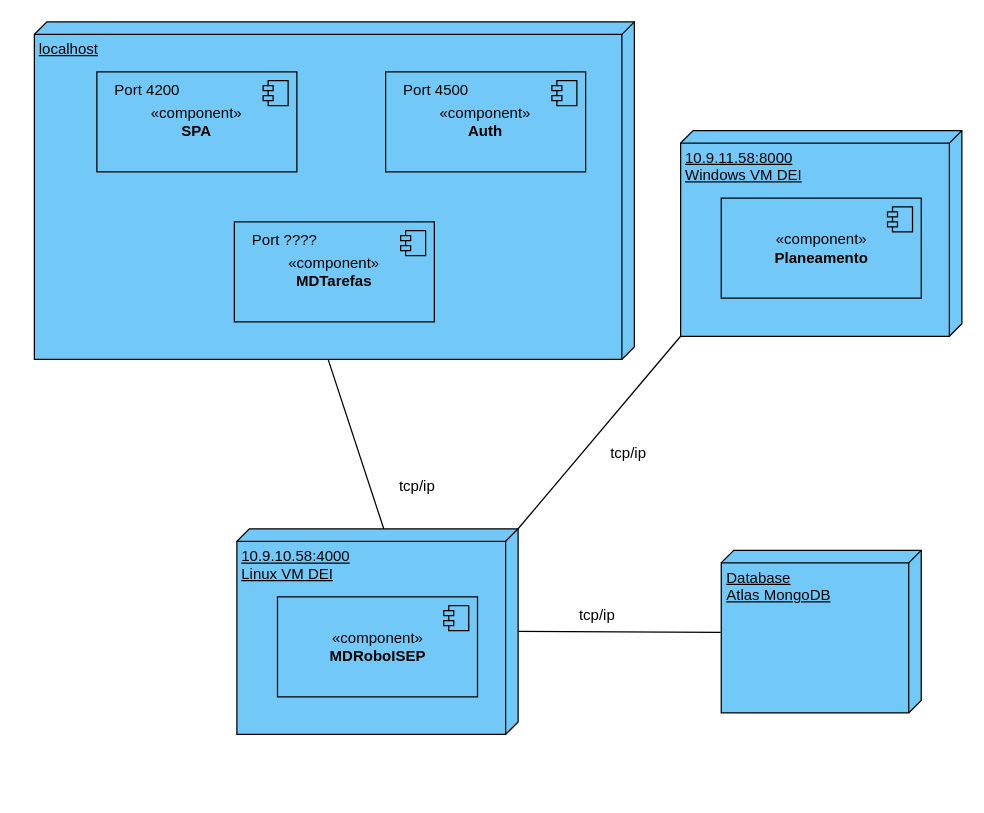
Earlier version of the draw.io diagram docs/Sprint_C/N2/VF.drawio (SEM5PI2324G58/sem5pi_g58_23_24). Source tidied: cells renumbered, new cells numbered last; positions are measured from the earlier drawing's top-left corner, leaving out a move shared by most shapes. Both pictures are drawn from the tidied source at 125%, with x=0, y=0 at pixel (34, 21).
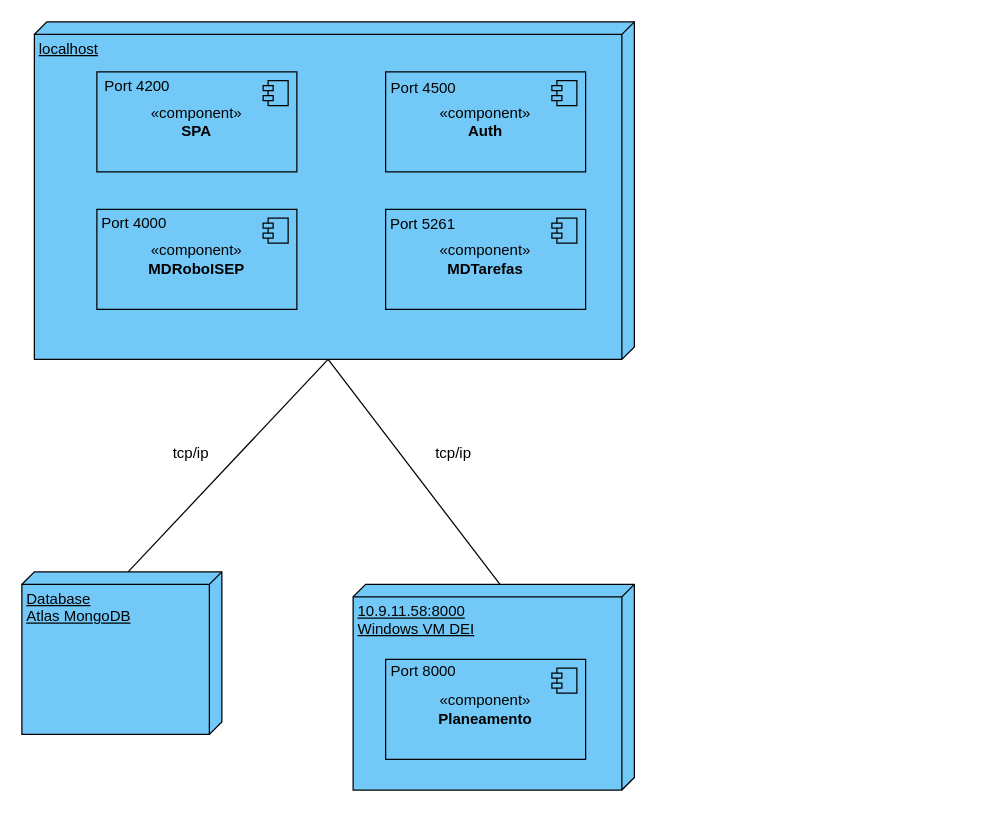
After the change.

Unchanged cells that the change refers to:
```xml
<mxCell id="15" value="localhost" style="verticalAlign=top;align=left;spacingTop=8;spacingLeft=2;spacingRight=12;shape=cube;size=10;direction=south;fontStyle=4;html=1;whiteSpace=wrap;fillColor=#72C9F7;" parent="1" vertex="1">
  <mxGeometry width="480" height="270" as="geometry" />
</mxCell>
```

Diff of the diagram source:
```diff
@@
     <mxCell id="2" value="Database&lt;br&gt;Atlas MongoDB" style="verticalAlign=top;align=left;spacingTop=8;spacingLeft=2;spacingRight=12;shape=cube;size=10;direction=south;fontStyle=4;html=1;whiteSpace=wrap;fillColor=#72C9F7;" parent="1" vertex="1">
-      <mxGeometry x="549.5" y="422.8" width="160" height="130" as="geometry" />
+      <mxGeometry x="-10" y="440" width="160" height="130" as="geometry" />
     </mxCell>
@@
-    <mxCell id="4" value="10.9.10.58:4000&lt;br&gt;Linux VM DEI" style="verticalAlign=top;align=left;spacingTop=8;spacingLeft=2;spacingRight=12;shape=cube;size=10;direction=south;fontStyle=4;html=1;whiteSpace=wrap;fillColor=#72C9F7;" parent="1" vertex="1">
-      <mxGeometry x="162" y="405.5" width="225" height="164.5" as="geometry" />
-    </mxCell>
-    <mxCell id="5" style="endArrow=none;html=1;rounded=0;exitX=0;exitY=0;exitDx=0;exitDy=107.5;exitPerimeter=0;entryX=0;entryY=0;entryDx=270;entryDy=245;entryPerimeter=0;" parent="1" edge="1" source="4" target="15">
+    <mxCell id="5" style="endArrow=none;html=1;rounded=0;exitX=0;exitY=0;exitDx=0;exitDy=75;exitPerimeter=0;entryX=0;entryY=0;entryDx=270;entryDy=245;entryPerimeter=0;" parent="1" edge="1" source="2" target="15">
       <mxGeometry relative="1" as="geometry" />
     </mxCell>
-    <mxCell id="6" value="«component»&lt;br&gt;&lt;b&gt;MDRoboISEP&lt;/b&gt;" style="html=1;whiteSpace=wrap;fillColor=#72C9F7;" parent="1" vertex="1">
-      <mxGeometry x="194.5" y="460" width="160" height="80" as="geometry" />
-    </mxCell>
-    <mxCell id="7" style="shape=module;jettyWidth=8;jettyHeight=4;fillColor=#72C9F7;" parent="6" vertex="1">
-      <mxGeometry x="1" width="20" height="20" relative="1" as="geometry">
-        <mxPoint x="-27" y="7" as="offset" />
-      </mxGeometry>
-    </mxCell>
-    <mxCell id="8" style="endArrow=none;html=1;rounded=0;exitX=0.499;exitY=0.001;exitDx=0;exitDy=0;exitPerimeter=0;entryX=0.504;entryY=1.003;entryDx=0;entryDy=0;entryPerimeter=0;" parent="1" edge="1" source="4" target="2">
-      <mxGeometry relative="1" as="geometry" />
-    </mxCell>
-    <mxCell id="9" value="tcp/ip" style="text;html=1;align=center;verticalAlign=middle;strokeColor=none;fillColor=none;" parent="1" vertex="1">
-      <mxGeometry x="281" y="357" width="50" height="30" as="geometry" />
-    </mxCell>
     <mxCell id="10" value="tcp/ip" style="text;html=1;align=center;verticalAlign=middle;strokeColor=none;fillColor=none;" parent="1" vertex="1">
-      <mxGeometry x="450" y="330" width="50" height="30" as="geometry" />
+      <mxGeometry x="100" y="330" width="50" height="30" as="geometry" />
     </mxCell>
-    <mxCell id="11" style="endArrow=none;html=1;rounded=0;exitX=0;exitY=0;exitDx=0;exitDy=0;exitPerimeter=0;entryX=1;entryY=1;entryDx=0;entryDy=0;entryPerimeter=0;" parent="1" edge="1" source="4" target="12">
+    <mxCell id="11" style="endArrow=none;html=1;rounded=0;exitX=0;exitY=0;exitDx=270;exitDy=245;exitPerimeter=0;entryX=0;entryY=0;entryDx=0;entryDy=107.5;entryPerimeter=0;" parent="1" edge="1" source="15" target="12">
       <mxGeometry relative="1" as="geometry" />
     </mxCell>
     <mxCell id="12" value="10.9.11.58:8000&lt;br&gt;Windows VM DEI" style="verticalAlign=top;align=left;spacingTop=8;spacingLeft=2;spacingRight=12;shape=cube;size=10;direction=south;fontStyle=4;html=1;whiteSpace=wrap;fillColor=#72C9F7;" parent="1" vertex="1">
-      <mxGeometry x="517" y="87" width="225" height="164.5" as="geometry" />
+      <mxGeometry x="255" y="450" width="225" height="164.5" as="geometry" />
     </mxCell>
     <mxCell id="13" value="«component»&lt;br&gt;&lt;b&gt;Planeamento&lt;/b&gt;" style="html=1;whiteSpace=wrap;fillColor=#72C9F7;" parent="1" vertex="1">
-      <mxGeometry x="549.5" y="141" width="160" height="80" as="geometry" />
+      <mxGeometry x="281" y="510" width="160" height="80" as="geometry" />
     </mxCell>
@@
     <mxCell id="18" value="Port 4200" style="text;html=1;align=center;verticalAlign=middle;strokeColor=none;fillColor=none;" parent="1" vertex="1">
-      <mxGeometry x="50" y="40" width="80" height="30" as="geometry" />
+      <mxGeometry x="42" y="37" width="80" height="30" as="geometry" />
     </mxCell>
@@
     <mxCell id="21" value="Port 4500" style="text;html=1;align=center;verticalAlign=middle;strokeColor=none;fillColor=none;" parent="1" vertex="1">
-      <mxGeometry x="281" y="40" width="80" height="30" as="geometry" />
+      <mxGeometry x="271" y="38" width="80" height="30" as="geometry" />
     </mxCell>
     <mxCell id="22" value="«component»&lt;br&gt;&lt;b&gt;MDTarefas&lt;/b&gt;" style="html=1;whiteSpace=wrap;fillColor=#72C9F7;" parent="1" vertex="1">
-      <mxGeometry x="160" y="160" width="160" height="80" as="geometry" />
+      <mxGeometry x="281" y="150" width="160" height="80" as="geometry" />
     </mxCell>
@@
-    <mxCell id="24" value="Port ????" style="text;html=1;align=center;verticalAlign=middle;strokeColor=none;fillColor=none;" parent="1" vertex="1">
-      <mxGeometry x="160" y="160" width="80" height="30" as="geometry" />
-    </mxCell>
+    <mxCell id="6" value="«component»&lt;br&gt;&lt;b&gt;MDRoboISEP&lt;/b&gt;" style="html=1;whiteSpace=wrap;fillColor=#72C9F7;" parent="1" vertex="1">
+      <mxGeometry x="50" y="150" width="160" height="80" as="geometry" />
+    </mxCell>
+    <mxCell id="7" style="shape=module;jettyWidth=8;jettyHeight=4;fillColor=#72C9F7;" parent="6" vertex="1">
+      <mxGeometry x="1" width="20" height="20" relative="1" as="geometry">
+        <mxPoint x="-27" y="7" as="offset" />
+      </mxGeometry>
+    </mxCell>
+    <mxCell id="25" value="Port 4000" style="text;strokeColor=none;align=center;fillColor=none;html=1;verticalAlign=middle;whiteSpace=wrap;rounded=0;" parent="1" vertex="1">
+      <mxGeometry x="50" y="146" width="60" height="30" as="geometry" />
+    </mxCell>
+    <mxCell id="26" value="Port 5261" style="text;strokeColor=none;align=center;fillColor=none;html=1;verticalAlign=middle;whiteSpace=wrap;rounded=0;" parent="1" vertex="1">
+      <mxGeometry x="281" y="147" width="60" height="30" as="geometry" />
+    </mxCell>
+    <mxCell id="27" value="Port 8000" style="text;html=1;align=center;verticalAlign=middle;strokeColor=none;fillColor=none;" parent="1" vertex="1">
+      <mxGeometry x="271" y="505" width="80" height="30" as="geometry" />
+    </mxCell>
+    <mxCell id="9" value="tcp/ip" style="text;html=1;align=center;verticalAlign=middle;strokeColor=none;fillColor=none;" parent="1" vertex="1">
+      <mxGeometry x="310" y="330" width="50" height="30" as="geometry" />
+    </mxCell>
```
